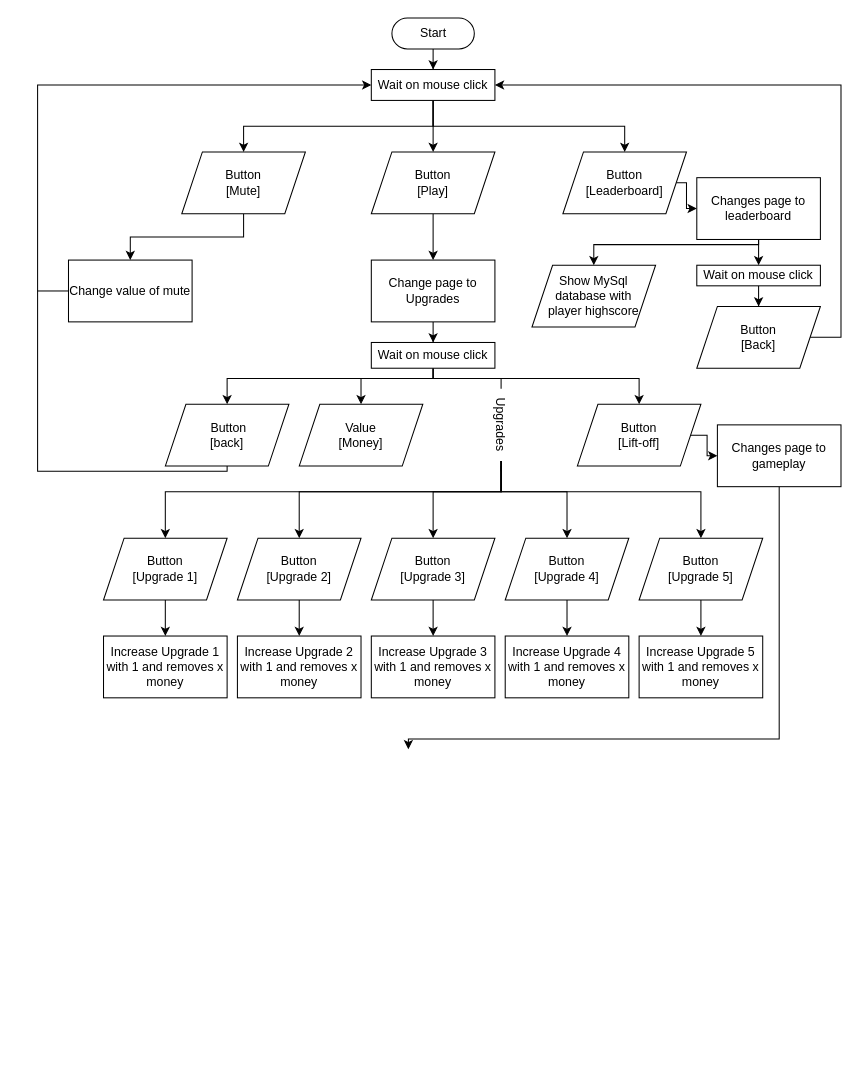
This is page "Home" (1 of 2) of Crab_1.drawio from DDU-Spiludviklingsprojektet/Spiludviklingsprojekt, a draw.io file, before an edit. Source tidied: cells renumbered, new cells numbered last; positions are measured from the earlier drawing's top-left corner, leaving out a move shared by most shapes. Both pictures are drawn from the tidied source at 103%, with x=0, y=0 at pixel (37, 18).
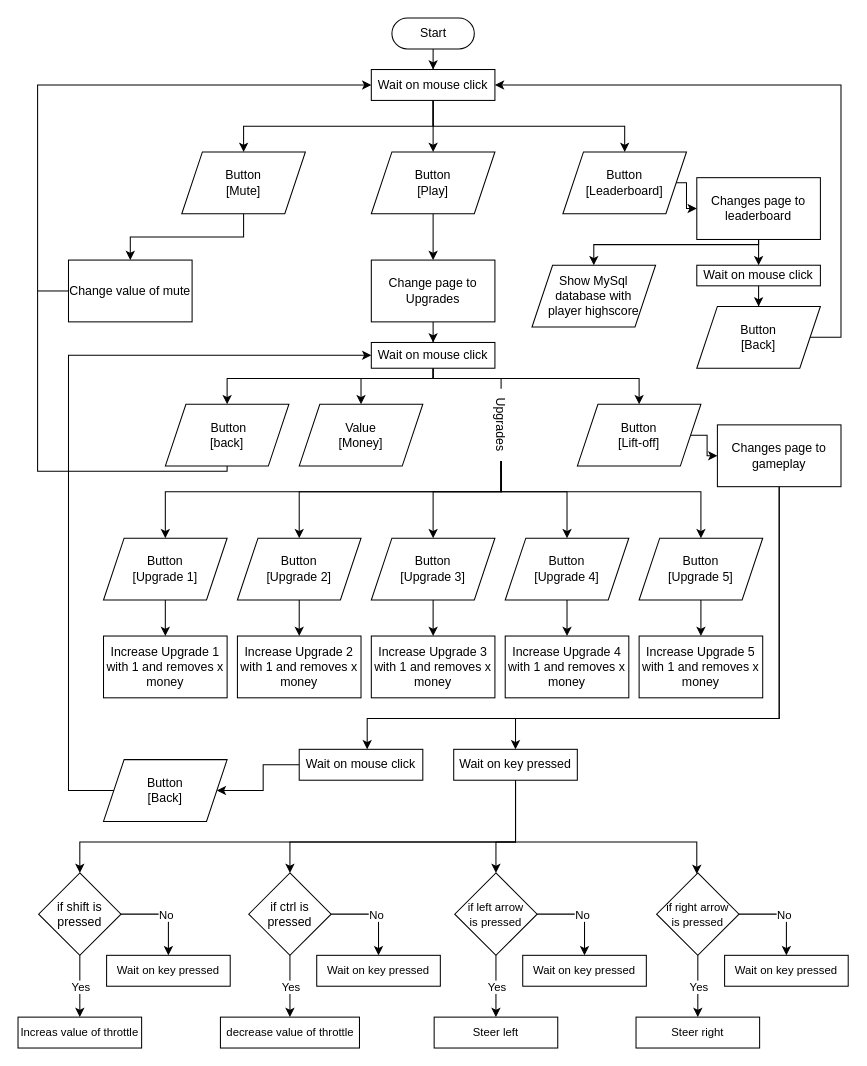
After the change.

The change refers to these unchanged cells:
```xml
<mxCell id="27" value="Changes page to gameplay" style="whiteSpace=wrap;html=1;dashed=0;" parent="1" vertex="1">
  <mxGeometry x="660" y="395" width="120" height="60" as="geometry" />
</mxCell>
<mxCell id="56" value="Wait on mouse click" style="whiteSpace=wrap;html=1;dashed=0;" parent="1" vertex="1">
  <mxGeometry x="324" y="315" width="120" height="25" as="geometry" />
</mxCell>
```

Diff of the diagram source:
```diff
@@
-    <mxCell id="26" style="edgeStyle=orthogonalEdgeStyle;rounded=0;jettySize=auto;html=1;exitX=0.5;exitY=1;exitDx=0;exitDy=0;" parent="1" edge="1" source="27">
-      <mxGeometry relative="1" as="geometry">
-        <mxPoint x="360" y="710" as="targetPoint" />
-        <Array as="points">
-          <mxPoint x="720" y="700" />
-          <mxPoint x="360" y="700" />
-        </Array>
-      </mxGeometry>
-    </mxCell>
+    <mxCell id="60" style="edgeStyle=orthogonalEdgeStyle;rounded=0;jettySize=auto;html=1;" parent="1" edge="1" source="27" target="63">
+      <mxGeometry relative="1" as="geometry">
+        <Array as="points">
+          <mxPoint x="720" y="680" />
+          <mxPoint x="320" y="680" />
+        </Array>
+      </mxGeometry>
+    </mxCell>
+    <mxCell id="61" style="edgeStyle=orthogonalEdgeStyle;rounded=0;jettySize=auto;html=1;" parent="1" edge="1" source="27" target="68">
+      <mxGeometry relative="1" as="geometry">
+        <Array as="points">
+          <mxPoint x="720" y="680" />
+          <mxPoint x="464" y="680" />
+        </Array>
+      </mxGeometry>
+    </mxCell>
@@
+    <mxCell id="62" style="edgeStyle=orthogonalEdgeStyle;rounded=0;jettySize=auto;html=1;" parent="1" edge="1" source="63" target="70">
+      <mxGeometry relative="1" as="geometry" />
+    </mxCell>
+    <mxCell id="63" value="Wait on mouse click" style="whiteSpace=wrap;html=1;dashed=0;" parent="1" vertex="1">
+      <mxGeometry x="254" y="710" width="120" height="30" as="geometry" />
+    </mxCell>
+    <mxCell id="64" style="edgeStyle=orthogonalEdgeStyle;rounded=0;jettySize=auto;html=1;exitX=0.5;exitY=1;exitDx=0;exitDy=0;" parent="1" edge="1" source="68" target="74">
+      <mxGeometry relative="1" as="geometry">
+        <Array as="points">
+          <mxPoint x="464" y="800" />
+          <mxPoint x="245" y="800" />
+        </Array>
+      </mxGeometry>
+    </mxCell>
+    <mxCell id="65" style="edgeStyle=orthogonalEdgeStyle;rounded=0;jettySize=auto;html=1;exitX=0.5;exitY=1;exitDx=0;exitDy=0;" parent="1" edge="1" source="68" target="72">
+      <mxGeometry relative="1" as="geometry">
+        <Array as="points">
+          <mxPoint x="464" y="800" />
+          <mxPoint x="445" y="800" />
+        </Array>
+      </mxGeometry>
+    </mxCell>
+    <mxCell id="66" style="edgeStyle=orthogonalEdgeStyle;rounded=0;jettySize=auto;html=1;exitX=0.5;exitY=1;exitDx=0;exitDy=0;" parent="1" edge="1" source="68" target="73">
+      <mxGeometry relative="1" as="geometry">
+        <Array as="points">
+          <mxPoint x="464" y="800" />
+          <mxPoint x="640" y="800" />
+        </Array>
+      </mxGeometry>
+    </mxCell>
+    <mxCell id="67" style="edgeStyle=orthogonalEdgeStyle;rounded=0;jettySize=auto;html=1;exitX=0.5;exitY=1;exitDx=0;exitDy=0;entryX=0.5;entryY=0;entryDx=0;entryDy=0;" parent="1" edge="1" source="68" target="71">
+      <mxGeometry relative="1" as="geometry">
+        <Array as="points">
+          <mxPoint x="464" y="800" />
+          <mxPoint x="41" y="800" />
+        </Array>
+      </mxGeometry>
+    </mxCell>
+    <mxCell id="68" value="Wait on key pressed" style="whiteSpace=wrap;html=1;dashed=0;" parent="1" vertex="1">
+      <mxGeometry x="404" y="710" width="120" height="30" as="geometry" />
+    </mxCell>
+    <mxCell id="69" style="edgeStyle=orthogonalEdgeStyle;rounded=0;jettySize=auto;html=1;exitX=0;exitY=0.5;exitDx=0;exitDy=0;entryX=0;entryY=0.5;entryDx=0;entryDy=0;" parent="1" edge="1" source="70" target="56">
+      <mxGeometry relative="1" as="geometry">
+        <Array as="points">
+          <mxPoint x="30" y="750" />
+          <mxPoint x="30" y="328" />
+        </Array>
+      </mxGeometry>
+    </mxCell>
+    <mxCell id="70" value="Button&lt;br&gt;[Back]" style="shape=parallelogram;perimeter=parallelogramPerimeter;whiteSpace=wrap;html=1;fixedSize=1;dashed=0;" parent="1" vertex="1">
+      <mxGeometry x="64" y="720" width="120" height="60" as="geometry" />
+    </mxCell>
+    <mxCell id="71" value="if shift is pressed" style="rhombus;whiteSpace=wrap;html=1;dashed=0;" parent="1" vertex="1">
+      <mxGeometry x="1" y="830" width="80" height="80" as="geometry" />
+    </mxCell>
+    <mxCell id="72" value="&lt;font style=&quot;font-size: 11px;&quot;&gt;if left arrow&lt;br&gt;is pressed&lt;/font&gt;" style="rhombus;whiteSpace=wrap;html=1;" parent="1" vertex="1">
+      <mxGeometry x="405" y="830" width="80" height="80" as="geometry" />
+    </mxCell>
+    <mxCell id="73" value="&lt;font style=&quot;font-size: 11px;&quot;&gt;if right arrow&lt;br&gt;is pressed&lt;/font&gt;" style="rhombus;whiteSpace=wrap;html=1;" parent="1" vertex="1">
+      <mxGeometry x="601" y="830" width="80" height="80" as="geometry" />
+    </mxCell>
+    <mxCell id="74" value="if ctrl is pressed" style="rhombus;whiteSpace=wrap;html=1;" parent="1" vertex="1">
+      <mxGeometry x="205" y="830" width="80" height="80" as="geometry" />
+    </mxCell>
+    <mxCell id="75" style="endArrow=classic;html=1;rounded=0;fontSize=11;exitX=1;exitY=0.5;exitDx=0;exitDy=0;entryX=0.5;entryY=0;entryDx=0;entryDy=0;" parent="1" edge="1" source="71" target="80">
+      <mxGeometry relative="1" as="geometry">
+        <Array as="points">
+          <mxPoint x="127" y="870" />
+        </Array>
+      </mxGeometry>
+    </mxCell>
+    <mxCell id="76" value="No" style="edgeLabel;html=1;align=center;verticalAlign=middle;fontSize=11;" parent="75" vertex="1">
+      <mxGeometry relative="1" as="geometry" />
+    </mxCell>
+    <mxCell id="77" style="endArrow=classic;html=1;rounded=0;fontSize=11;exitX=0.5;exitY=1;exitDx=0;exitDy=0;entryX=0.5;entryY=0;entryDx=0;entryDy=0;" parent="1" edge="1" source="71" target="79">
+      <mxGeometry relative="1" as="geometry" />
+    </mxCell>
+    <mxCell id="78" value="Yes" style="edgeLabel;html=1;align=center;verticalAlign=middle;fontSize=11;" parent="77" vertex="1">
+      <mxGeometry relative="1" as="geometry" />
+    </mxCell>
+    <mxCell id="79" value="Increas value of throttle" style="rounded=0;whiteSpace=wrap;html=1;fontSize=11;" parent="1" vertex="1">
+      <mxGeometry x="-19" y="970" width="120" height="30" as="geometry" />
+    </mxCell>
+    <mxCell id="80" value="Wait on key pressed" style="rounded=0;whiteSpace=wrap;html=1;fontSize=11;" parent="1" vertex="1">
+      <mxGeometry x="67" y="910" width="120" height="30" as="geometry" />
+    </mxCell>
+    <mxCell id="81" style="endArrow=classic;html=1;rounded=0;fontSize=11;exitX=1;exitY=0.5;exitDx=0;exitDy=0;entryX=0.5;entryY=0;entryDx=0;entryDy=0;" parent="1" edge="1" target="86">
+      <mxGeometry relative="1" as="geometry">
+        <mxPoint x="285" y="870" as="sourcePoint" />
+        <Array as="points">
+          <mxPoint x="331" y="870" />
+        </Array>
+      </mxGeometry>
+    </mxCell>
+    <mxCell id="82" value="No" style="edgeLabel;html=1;align=center;verticalAlign=middle;fontSize=11;" parent="81" vertex="1">
+      <mxGeometry relative="1" as="geometry" />
+    </mxCell>
+    <mxCell id="83" style="endArrow=classic;html=1;rounded=0;fontSize=11;exitX=0.5;exitY=1;exitDx=0;exitDy=0;entryX=0.5;entryY=0;entryDx=0;entryDy=0;" parent="1" edge="1" target="85">
+      <mxGeometry relative="1" as="geometry">
+        <mxPoint x="245" y="910" as="sourcePoint" />
+      </mxGeometry>
+    </mxCell>
+    <mxCell id="84" value="Yes" style="edgeLabel;html=1;align=center;verticalAlign=middle;fontSize=11;" parent="83" vertex="1">
+      <mxGeometry relative="1" as="geometry" />
+    </mxCell>
+    <mxCell id="85" value="decrease value of throttle" style="rounded=0;whiteSpace=wrap;html=1;fontSize=11;" parent="1" vertex="1">
+      <mxGeometry x="177.5" y="970" width="135" height="30" as="geometry" />
+    </mxCell>
+    <mxCell id="86" value="Wait on key pressed" style="rounded=0;whiteSpace=wrap;html=1;fontSize=11;" parent="1" vertex="1">
+      <mxGeometry x="271" y="910" width="120" height="30" as="geometry" />
+    </mxCell>
+    <mxCell id="87" style="endArrow=classic;html=1;rounded=0;fontSize=11;exitX=1;exitY=0.5;exitDx=0;exitDy=0;entryX=0.5;entryY=0;entryDx=0;entryDy=0;" parent="1" edge="1" target="92">
+      <mxGeometry relative="1" as="geometry">
+        <mxPoint x="485" y="870" as="sourcePoint" />
+        <Array as="points">
+          <mxPoint x="531" y="870" />
+        </Array>
+      </mxGeometry>
+    </mxCell>
+    <mxCell id="88" value="No" style="edgeLabel;html=1;align=center;verticalAlign=middle;fontSize=11;" parent="87" vertex="1">
+      <mxGeometry relative="1" as="geometry" />
+    </mxCell>
+    <mxCell id="89" style="endArrow=classic;html=1;rounded=0;fontSize=11;exitX=0.5;exitY=1;exitDx=0;exitDy=0;entryX=0.5;entryY=0;entryDx=0;entryDy=0;" parent="1" edge="1" target="91">
+      <mxGeometry relative="1" as="geometry">
+        <mxPoint x="445" y="910" as="sourcePoint" />
+      </mxGeometry>
+    </mxCell>
+    <mxCell id="90" value="Yes" style="edgeLabel;html=1;align=center;verticalAlign=middle;fontSize=11;" parent="89" vertex="1">
+      <mxGeometry relative="1" as="geometry" />
+    </mxCell>
+    <mxCell id="91" value="Steer left" style="rounded=0;whiteSpace=wrap;html=1;fontSize=11;" parent="1" vertex="1">
+      <mxGeometry x="385" y="970" width="120" height="30" as="geometry" />
+    </mxCell>
+    <mxCell id="92" value="Wait on key pressed" style="rounded=0;whiteSpace=wrap;html=1;fontSize=11;" parent="1" vertex="1">
+      <mxGeometry x="471" y="910" width="120" height="30" as="geometry" />
+    </mxCell>
+    <mxCell id="93" style="endArrow=classic;html=1;rounded=0;fontSize=11;exitX=1;exitY=0.5;exitDx=0;exitDy=0;entryX=0.5;entryY=0;entryDx=0;entryDy=0;" parent="1" edge="1" target="98">
+      <mxGeometry relative="1" as="geometry">
+        <mxPoint x="681" y="870" as="sourcePoint" />
+        <Array as="points">
+          <mxPoint x="727" y="870" />
+        </Array>
+      </mxGeometry>
+    </mxCell>
+    <mxCell id="94" value="No" style="edgeLabel;html=1;align=center;verticalAlign=middle;fontSize=11;" parent="93" vertex="1">
+      <mxGeometry relative="1" as="geometry" />
+    </mxCell>
+    <mxCell id="95" style="endArrow=classic;html=1;rounded=0;fontSize=11;exitX=0.5;exitY=1;exitDx=0;exitDy=0;entryX=0.5;entryY=0;entryDx=0;entryDy=0;" parent="1" edge="1" target="97">
+      <mxGeometry relative="1" as="geometry">
+        <mxPoint x="641" y="910" as="sourcePoint" />
+      </mxGeometry>
+    </mxCell>
+    <mxCell id="96" value="Yes" style="edgeLabel;html=1;align=center;verticalAlign=middle;fontSize=11;" parent="95" vertex="1">
+      <mxGeometry relative="1" as="geometry" />
+    </mxCell>
+    <mxCell id="97" value="Steer right" style="rounded=0;whiteSpace=wrap;html=1;fontSize=11;" parent="1" vertex="1">
+      <mxGeometry x="581" y="970" width="120" height="30" as="geometry" />
+    </mxCell>
+    <mxCell id="98" value="Wait on key pressed" style="rounded=0;whiteSpace=wrap;html=1;fontSize=11;" parent="1" vertex="1">
+      <mxGeometry x="667" y="910" width="120" height="30" as="geometry" />
+    </mxCell>
```
